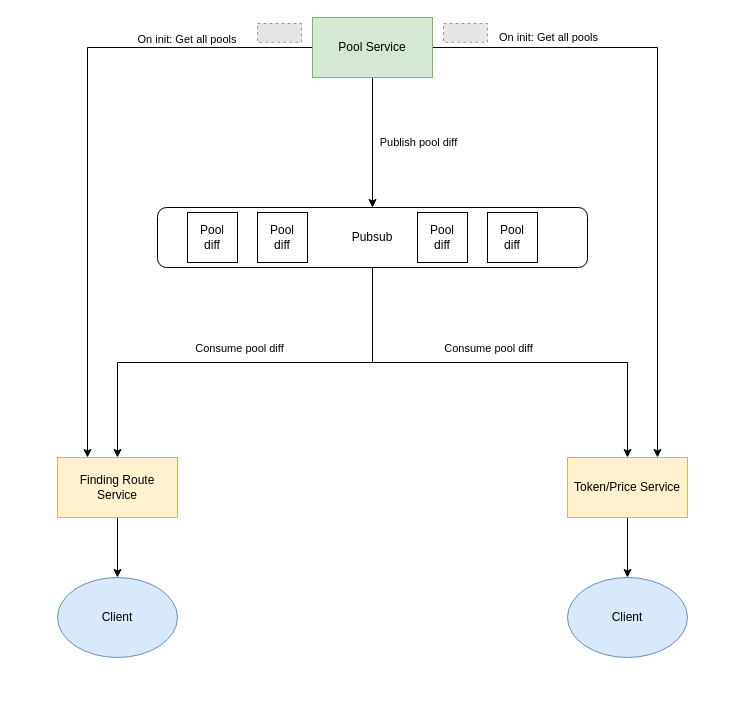
This is Aggregator backend overall diagram.drawio from piavgh/draw.io-data, a draw.io file, before an edit. Source tidied: cells renumbered, new cells numbered last; positions are measured from the earlier drawing's top-left corner, leaving out a move shared by most shapes. Both pictures are drawn from the tidied source at 100%, with x=0, y=0 at pixel (57, 17). Pictures stored in the file or linked from it are replaced by grey dashed boxes.
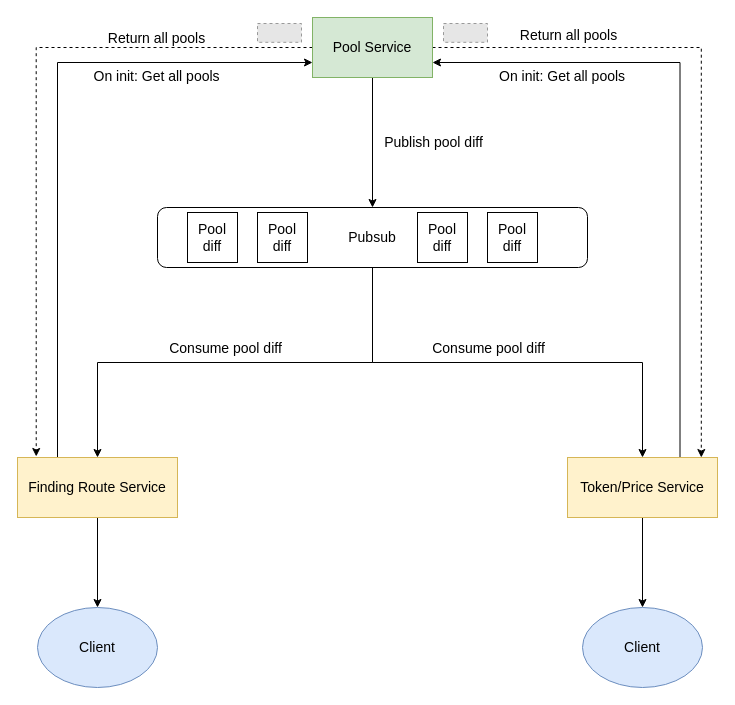
Above is the later version.

Diff of the diagram source:
```diff
@@
-    <mxCell id="2" style="edgeStyle=orthogonalEdgeStyle;rounded=0;jettySize=auto;html=1;entryX=0.5;entryY=0;entryDx=0;entryDy=0;" parent="1" edge="1" source="7" target="15">
+    <mxCell id="2" style="edgeStyle=orthogonalEdgeStyle;rounded=0;jettySize=auto;html=1;entryX=0.5;entryY=0;entryDx=0;entryDy=0;fontSize=14;" parent="1" edge="1" source="7" target="15">
       <mxGeometry relative="1" as="geometry" />
     </mxCell>
-    <mxCell id="3" value="Publish pool diff" style="edgeLabel;html=1;align=center;verticalAlign=middle;" parent="2" vertex="1">
+    <mxCell id="3" value="Publish pool diff" style="edgeLabel;html=1;align=center;verticalAlign=middle;fontSize=14;" parent="2" vertex="1">
       <mxGeometry x="-0.02" y="2" relative="1" as="geometry">
-        <mxPoint x="43" as="offset" />
+        <mxPoint x="58" as="offset" />
       </mxGeometry>
     </mxCell>
-    <mxCell id="4" style="edgeStyle=orthogonalEdgeStyle;rounded=0;jettySize=auto;html=1;entryX=0.25;entryY=0;entryDx=0;entryDy=0;" parent="1" edge="1" source="7" target="9">
+    <mxCell id="4" style="edgeStyle=orthogonalEdgeStyle;rounded=0;jettySize=auto;html=1;entryX=0.117;entryY=-0.017;entryDx=0;entryDy=0;entryPerimeter=0;dashed=1;fontSize=14;" parent="1" edge="1" source="7" target="9">
       <mxGeometry relative="1" as="geometry" />
     </mxCell>
-    <mxCell id="5" value="On init: Get all pools&amp;nbsp;" style="edgeLabel;html=1;align=center;verticalAlign=middle;" parent="4" vertex="1">
+    <mxCell id="5" value="On init: Get all pools&amp;nbsp;" style="edgeLabel;html=1;align=center;verticalAlign=middle;fontSize=14;" parent="4" vertex="1">
       <mxGeometry x="-0.21" y="-2" relative="1" as="geometry">
-        <mxPoint x="102" y="-35" as="offset" />
+        <mxPoint x="116" y="30" as="offset" />
       </mxGeometry>
     </mxCell>
+    <mxCell id="26" value="Return all pools" style="edgeLabel;html=1;align=center;verticalAlign=middle;fontSize=14;" parent="4" vertex="1">
+      <mxGeometry x="-0.4" y="1" relative="1" as="geometry">
+        <mxPoint x="49" y="-11" as="offset" />
+      </mxGeometry>
+    </mxCell>
-    <mxCell id="6" style="edgeStyle=orthogonalEdgeStyle;rounded=0;jettySize=auto;html=1;exitX=1;exitY=0.5;exitDx=0;exitDy=0;entryX=0.75;entryY=0;entryDx=0;entryDy=0;" parent="1" edge="1" source="7" target="11">
+    <mxCell id="6" style="edgeStyle=orthogonalEdgeStyle;rounded=0;jettySize=auto;html=1;exitX=1;exitY=0.5;exitDx=0;exitDy=0;entryX=0.892;entryY=0;entryDx=0;entryDy=0;entryPerimeter=0;dashed=1;fontSize=14;" parent="1" edge="1" source="7" target="11">
       <mxGeometry relative="1" as="geometry" />
     </mxCell>
-    <mxCell id="7" value="Pool Service" style="rounded=0;whiteSpace=wrap;html=1;fillColor=#d5e8d4;strokeColor=#82b366;" parent="1" vertex="1">
+    <mxCell id="7" value="Pool Service" style="rounded=0;whiteSpace=wrap;html=1;fillColor=#d5e8d4;strokeColor=#82b366;fontSize=14;" parent="1" vertex="1">
       <mxGeometry x="255" width="120" height="60" as="geometry" />
     </mxCell>
-    <mxCell id="8" style="edgeStyle=orthogonalEdgeStyle;rounded=0;jettySize=auto;html=1;exitX=0.5;exitY=1;exitDx=0;exitDy=0;entryX=0.5;entryY=0;entryDx=0;entryDy=0;" parent="1" edge="1" source="9" target="24">
+    <mxCell id="8" style="edgeStyle=orthogonalEdgeStyle;rounded=0;jettySize=auto;html=1;exitX=0.5;exitY=1;exitDx=0;exitDy=0;entryX=0.5;entryY=0;entryDx=0;entryDy=0;fontSize=14;" parent="1" edge="1" source="9" target="24">
       <mxGeometry relative="1" as="geometry" />
     </mxCell>
+    <mxCell id="27" style="edgeStyle=orthogonalEdgeStyle;rounded=0;jettySize=auto;html=1;exitX=0.25;exitY=0;exitDx=0;exitDy=0;entryX=0;entryY=0.75;entryDx=0;entryDy=0;fontSize=14;" parent="1" edge="1" source="9" target="7">
+      <mxGeometry relative="1" as="geometry" />
+    </mxCell>
-    <mxCell id="9" value="Finding Route Service" style="rounded=0;whiteSpace=wrap;html=1;fillColor=#fff2cc;strokeColor=#d6b656;" parent="1" vertex="1">
-      <mxGeometry y="440" width="120" height="60" as="geometry" />
+    <mxCell id="9" value="Finding Route Service" style="rounded=0;whiteSpace=wrap;html=1;fillColor=#fff2cc;strokeColor=#d6b656;fontSize=14;" parent="1" vertex="1">
+      <mxGeometry x="-40" y="440" width="160" height="60" as="geometry" />
     </mxCell>
-    <mxCell id="10" style="edgeStyle=orthogonalEdgeStyle;rounded=0;jettySize=auto;html=1;exitX=0.5;exitY=1;exitDx=0;exitDy=0;entryX=0.5;entryY=0;entryDx=0;entryDy=0;" parent="1" edge="1" source="11" target="25">
+    <mxCell id="10" style="edgeStyle=orthogonalEdgeStyle;rounded=0;jettySize=auto;html=1;exitX=0.5;exitY=1;exitDx=0;exitDy=0;entryX=0.5;entryY=0;entryDx=0;entryDy=0;fontSize=14;" parent="1" edge="1" source="11" target="25">
       <mxGeometry relative="1" as="geometry" />
     </mxCell>
+    <mxCell id="28" style="edgeStyle=orthogonalEdgeStyle;rounded=0;jettySize=auto;html=1;exitX=0.75;exitY=0;exitDx=0;exitDy=0;entryX=1;entryY=0.75;entryDx=0;entryDy=0;fontSize=14;" parent="1" edge="1" source="11" target="7">
+      <mxGeometry relative="1" as="geometry" />
+    </mxCell>
-    <mxCell id="11" value="Token/Price Service" style="rounded=0;whiteSpace=wrap;html=1;fillColor=#fff2cc;strokeColor=#d6b656;" parent="1" vertex="1">
-      <mxGeometry x="510" y="440" width="120" height="60" as="geometry" />
+    <mxCell id="11" value="Token/Price Service" style="rounded=0;whiteSpace=wrap;html=1;fillColor=#fff2cc;strokeColor=#d6b656;fontSize=14;" parent="1" vertex="1">
+      <mxGeometry x="510" y="440" width="150" height="60" as="geometry" />
     </mxCell>
-    <mxCell id="12" style="edgeStyle=orthogonalEdgeStyle;rounded=0;jettySize=auto;html=1;exitX=0.5;exitY=1;exitDx=0;exitDy=0;entryX=0.5;entryY=0;entryDx=0;entryDy=0;" parent="1" edge="1" source="15" target="9">
+    <mxCell id="12" style="edgeStyle=orthogonalEdgeStyle;rounded=0;jettySize=auto;html=1;exitX=0.5;exitY=1;exitDx=0;exitDy=0;entryX=0.5;entryY=0;entryDx=0;entryDy=0;fontSize=14;" parent="1" edge="1" source="15" target="9">
       <mxGeometry relative="1" as="geometry" />
     </mxCell>
-    <mxCell id="13" value="Consume pool diff" style="edgeLabel;html=1;align=center;verticalAlign=middle;" parent="12" vertex="1">
+    <mxCell id="13" value="Consume pool diff" style="edgeLabel;html=1;align=center;verticalAlign=middle;fontSize=14;" parent="12" vertex="1">
       <mxGeometry x="0.34" y="2" relative="1" as="geometry">
         <mxPoint x="69" y="-17" as="offset" />
       </mxGeometry>
     </mxCell>
-    <mxCell id="14" style="edgeStyle=orthogonalEdgeStyle;rounded=0;jettySize=auto;html=1;exitX=0.5;exitY=1;exitDx=0;exitDy=0;entryX=0.5;entryY=0;entryDx=0;entryDy=0;" parent="1" edge="1" source="15" target="11">
+    <mxCell id="14" style="edgeStyle=orthogonalEdgeStyle;rounded=0;jettySize=auto;html=1;exitX=0.5;exitY=1;exitDx=0;exitDy=0;entryX=0.5;entryY=0;entryDx=0;entryDy=0;fontSize=14;" parent="1" edge="1" source="15" target="11">
       <mxGeometry relative="1" as="geometry" />
     </mxCell>
-    <mxCell id="15" value="Pubsub" style="rounded=1;whiteSpace=wrap;html=1;" parent="1" vertex="1">
+    <mxCell id="15" value="Pubsub" style="rounded=1;whiteSpace=wrap;html=1;fontSize=14;" parent="1" vertex="1">
       <mxGeometry x="100" y="190" width="430" height="60" as="geometry" />
     </mxCell>
-    <mxCell id="16" value="Pool&lt;br&gt;diff" style="whiteSpace=wrap;html=1;" parent="1" vertex="1">
+    <mxCell id="16" value="Pool&lt;br style=&quot;font-size: 14px;&quot;&gt;diff" style="whiteSpace=wrap;html=1;fontSize=14;" parent="1" vertex="1">
       <mxGeometry x="130" y="195" width="50" height="50" as="geometry" />
     </mxCell>
-    <mxCell id="17" value="Pool&lt;br&gt;diff" style="whiteSpace=wrap;html=1;" parent="1" vertex="1">
+    <mxCell id="17" value="Pool&lt;br style=&quot;font-size: 14px;&quot;&gt;diff" style="whiteSpace=wrap;html=1;fontSize=14;" parent="1" vertex="1">
       <mxGeometry x="200" y="195" width="50" height="50" as="geometry" />
     </mxCell>
-    <mxCell id="18" value="Pool&lt;br&gt;diff" style="whiteSpace=wrap;html=1;" parent="1" vertex="1">
+    <mxCell id="18" value="Pool&lt;br style=&quot;font-size: 14px;&quot;&gt;diff" style="whiteSpace=wrap;html=1;fontSize=14;" parent="1" vertex="1">
       <mxGeometry x="360" y="195" width="50" height="50" as="geometry" />
     </mxCell>
-    <mxCell id="19" value="Pool&lt;br&gt;diff" style="whiteSpace=wrap;html=1;" parent="1" vertex="1">
+    <mxCell id="19" value="Pool&lt;br style=&quot;font-size: 14px;&quot;&gt;diff" style="whiteSpace=wrap;html=1;fontSize=14;" parent="1" vertex="1">
       <mxGeometry x="430" y="195" width="50" height="50" as="geometry" />
     </mxCell>
-    <mxCell id="20" value="&lt;span style=&quot;color: rgb(0, 0, 0); font-family: Helvetica; font-size: 11px; font-style: normal; font-variant-ligatures: normal; font-variant-caps: normal; font-weight: 400; letter-spacing: normal; orphans: 2; text-align: center; text-indent: 0px; text-transform: none; widows: 2; word-spacing: 0px; -webkit-text-stroke-width: 0px; background-color: rgb(255, 255, 255); text-decoration-thickness: initial; text-decoration-style: initial; text-decoration-color: initial; float: none; display: inline !important;&quot;&gt;On init: Get all pools&amp;nbsp;&lt;/span&gt;" style="text;whiteSpace=wrap;html=1;" parent="1" vertex="1">
-      <mxGeometry x="440" y="6" width="150" height="30" as="geometry" />
+    <mxCell id="20" value="&lt;span style=&quot;color: rgb(0, 0, 0); font-family: Helvetica; font-size: 14px; font-style: normal; font-variant-ligatures: normal; font-variant-caps: normal; font-weight: 400; letter-spacing: normal; orphans: 2; text-align: center; text-indent: 0px; text-transform: none; widows: 2; word-spacing: 0px; -webkit-text-stroke-width: 0px; background-color: rgb(255, 255, 255); text-decoration-thickness: initial; text-decoration-style: initial; text-decoration-color: initial; float: none; display: inline !important;&quot;&gt;On init: Get all pools&amp;nbsp;&lt;/span&gt;" style="text;whiteSpace=wrap;html=1;fontSize=14;" parent="1" vertex="1">
+      <mxGeometry x="440" y="44" width="150" height="30" as="geometry" />
     </mxCell>
-    <mxCell id="21" value="Consume pool diff" style="edgeLabel;html=1;align=center;verticalAlign=middle;" parent="1" vertex="1">
+    <mxCell id="21" value="Consume pool diff" style="edgeLabel;html=1;align=center;verticalAlign=middle;fontSize=14;" parent="1" vertex="1">
       <mxGeometry x="430" y="330" as="geometry" />
     </mxCell>
-    <mxCell id="22" style="fillColor=#E6E6E6;strokeColor=#999999;dashed=1;verticalLabelPosition=bottom;labelBackgroundColor=default;verticalAlign=top;" parent="1" vertex="1">
+    <mxCell id="22" style="fillColor=#E6E6E6;strokeColor=#999999;dashed=1;verticalLabelPosition=bottom;labelBackgroundColor=default;verticalAlign=top;fontSize=14;" parent="1" vertex="1">
       <mxGeometry x="200" y="6" width="44" height="18.8" as="geometry" />
     </mxCell>
-    <mxCell id="23" style="fillColor=#E6E6E6;strokeColor=#999999;dashed=1;verticalLabelPosition=bottom;labelBackgroundColor=default;verticalAlign=top;" parent="1" vertex="1">
+    <mxCell id="23" style="fillColor=#E6E6E6;strokeColor=#999999;dashed=1;verticalLabelPosition=bottom;labelBackgroundColor=default;verticalAlign=top;fontSize=14;" parent="1" vertex="1">
       <mxGeometry x="386" y="6" width="44" height="18.8" as="geometry" />
     </mxCell>
-    <mxCell id="24" value="Client" style="ellipse;whiteSpace=wrap;html=1;fillColor=#dae8fc;strokeColor=#6c8ebf;" parent="1" vertex="1">
-      <mxGeometry y="560" width="120" height="80" as="geometry" />
+    <mxCell id="24" value="Client" style="ellipse;whiteSpace=wrap;html=1;fillColor=#dae8fc;strokeColor=#6c8ebf;fontSize=14;" parent="1" vertex="1">
+      <mxGeometry x="-20" y="590" width="120" height="80" as="geometry" />
     </mxCell>
-    <mxCell id="25" value="Client" style="ellipse;whiteSpace=wrap;html=1;fillColor=#dae8fc;strokeColor=#6c8ebf;" parent="1" vertex="1">
-      <mxGeometry x="510" y="560" width="120" height="80" as="geometry" />
+    <mxCell id="25" value="Client" style="ellipse;whiteSpace=wrap;html=1;fillColor=#dae8fc;strokeColor=#6c8ebf;fontSize=14;" parent="1" vertex="1">
+      <mxGeometry x="525" y="590" width="120" height="80" as="geometry" />
     </mxCell>
+    <mxCell id="29" value="Return all pools" style="edgeLabel;html=1;align=center;verticalAlign=middle;fontSize=14;" parent="1" vertex="1">
+      <mxGeometry x="510" y="17.4" as="geometry" />
+    </mxCell>
```
